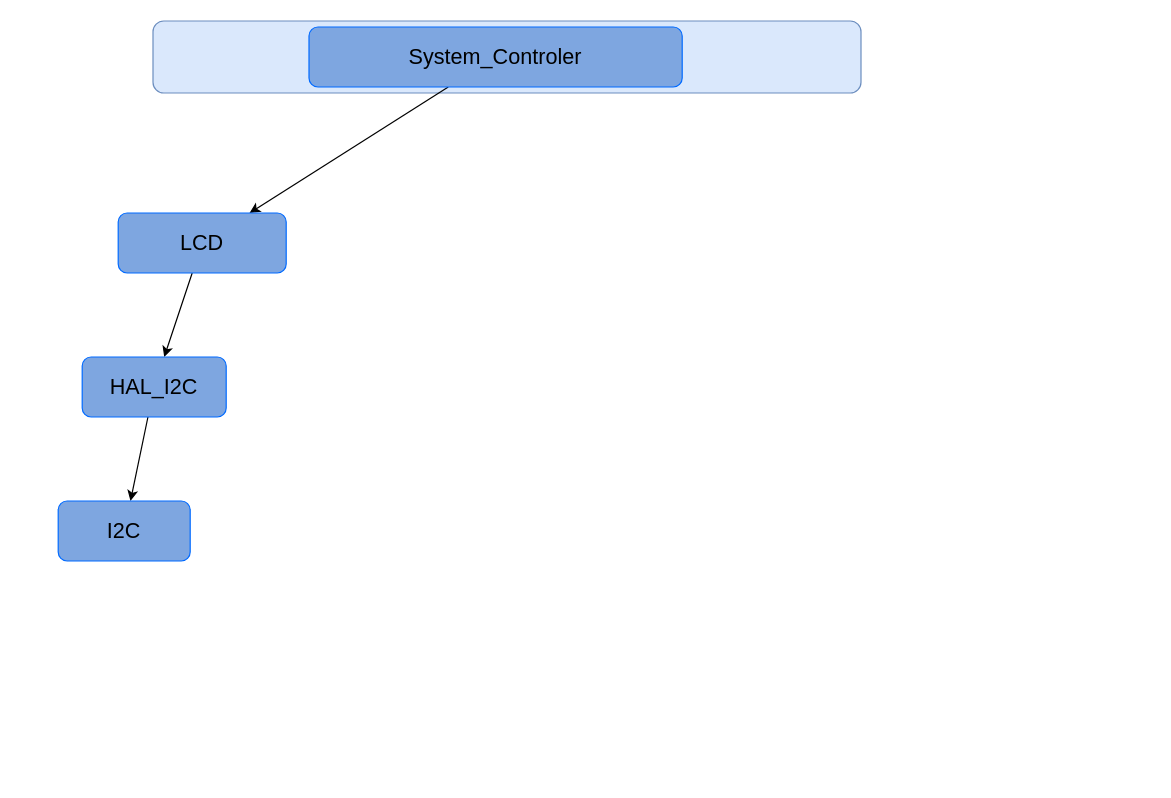
This is LayerDiagram.drawio from gabrielhaj/ES670-2023-A7, a draw.io file, before an edit. Source tidied: cells renumbered, new cells numbered last; positions are measured from the earlier drawing's top-left corner, leaving out a move shared by most shapes. Both pictures are drawn from the tidied source at 120%, with x=0, y=0 at pixel (58, 20).
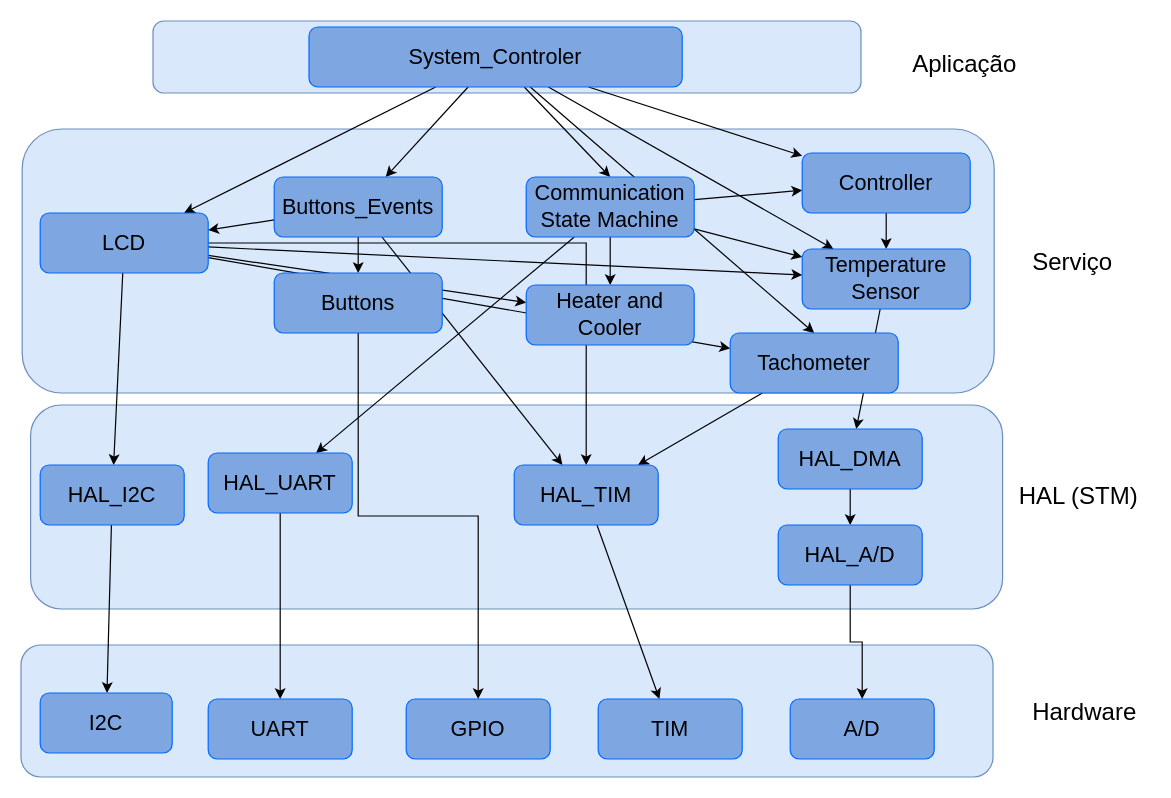
The same diagram, later.

Unchanged cells that the change refers to:
```xml
<mxCell id="4" value="&lt;font style=&quot;font-size: 18px;&quot;&gt;System_Controler&lt;/font&gt;" style="rounded=1;whiteSpace=wrap;html=1;fillColor=#7EA6E0;strokeColor=#006aff;fillStyle=solid;" parent="1" vertex="1">
  <mxGeometry x="209" y="5" width="311" height="50" as="geometry" />
</mxCell>
```

Diff of the diagram source:
```diff
@@
+    <mxCell id="10" style="rounded=1;whiteSpace=wrap;html=1;fillColor=#dae8fc;strokeColor=#6c8ebf;" parent="1" vertex="1">
+      <mxGeometry x="-31" y="520" width="810" height="110" as="geometry" />
+    </mxCell>
+    <mxCell id="11" style="rounded=1;whiteSpace=wrap;html=1;fillColor=#dae8fc;strokeColor=#6c8ebf;" parent="1" vertex="1">
+      <mxGeometry x="-23" y="320" width="810" height="170" as="geometry" />
+    </mxCell>
+    <mxCell id="12" style="rounded=1;whiteSpace=wrap;html=1;fillColor=#dae8fc;strokeColor=#6c8ebf;" parent="1" vertex="1">
+      <mxGeometry x="-30" y="90" width="810" height="220" as="geometry" />
+    </mxCell>
@@
+    <mxCell id="13" style="rounded=0;jettySize=auto;html=1;" parent="1" edge="1" source="4" target="25">
+      <mxGeometry relative="1" as="geometry" />
+    </mxCell>
+    <mxCell id="14" style="rounded=0;jettySize=auto;html=1;entryX=0.5;entryY=0;entryDx=0;entryDy=0;" parent="1" edge="1" source="4" target="33">
+      <mxGeometry relative="1" as="geometry" />
+    </mxCell>
+    <mxCell id="15" style="rounded=0;jettySize=auto;html=1;" parent="1" edge="1" source="4" target="35">
+      <mxGeometry relative="1" as="geometry" />
+    </mxCell>
+    <mxCell id="16" style="rounded=0;jettySize=auto;html=1;" parent="1" edge="1" source="4" target="38">
+      <mxGeometry relative="1" as="geometry" />
+    </mxCell>
+    <mxCell id="17" style="rounded=0;jettySize=auto;html=1;entryX=0.5;entryY=0;entryDx=0;entryDy=0;" parent="1" edge="1" source="4" target="40">
+      <mxGeometry relative="1" as="geometry" />
+    </mxCell>
@@
+    <mxCell id="18" style="rounded=0;jettySize=auto;html=1;" parent="1" edge="1" source="6" target="36">
+      <mxGeometry relative="1" as="geometry" />
+    </mxCell>
+    <mxCell id="19" style="rounded=0;jettySize=auto;html=1;" parent="1" edge="1" source="6" target="38">
+      <mxGeometry relative="1" as="geometry" />
+    </mxCell>
+    <mxCell id="20" style="rounded=0;jettySize=auto;html=1;" parent="1" edge="1" source="6" target="40">
+      <mxGeometry relative="1" as="geometry" />
+    </mxCell>
+    <mxCell id="21" style="edgeStyle=orthogonalEdgeStyle;rounded=0;jettySize=auto;html=1;" parent="1" edge="1" source="6" target="42">
+      <mxGeometry relative="1" as="geometry" />
+    </mxCell>
     <mxCell id="6" value="&lt;font style=&quot;font-size: 18px;&quot;&gt;LCD&lt;/font&gt;" style="rounded=1;whiteSpace=wrap;html=1;fillColor=#7EA6E0;strokeColor=#006aff;fillStyle=solid;" parent="1" vertex="1">
-      <mxGeometry x="50" y="160" width="140" height="50" as="geometry" />
+      <mxGeometry x="-15" y="160" width="140" height="50" as="geometry" />
     </mxCell>
@@
     <mxCell id="8" value="&lt;font style=&quot;font-size: 18px;&quot;&gt;HAL_I2C&lt;/font&gt;" style="rounded=1;whiteSpace=wrap;html=1;fillColor=#7EA6E0;strokeColor=#006aff;fillStyle=solid;" parent="1" vertex="1">
-      <mxGeometry x="20" y="280" width="120" height="50" as="geometry" />
+      <mxGeometry x="-15" y="370" width="120" height="50" as="geometry" />
     </mxCell>
     <mxCell id="9" value="&lt;font style=&quot;font-size: 18px;&quot;&gt;I2C&lt;/font&gt;" style="rounded=1;whiteSpace=wrap;html=1;fillColor=#7EA6E0;strokeColor=#006aff;fillStyle=solid;" parent="1" vertex="1">
-      <mxGeometry y="400" width="110" height="50" as="geometry" />
+      <mxGeometry x="-15" y="560" width="110" height="50" as="geometry" />
     </mxCell>
+    <mxCell id="22" style="rounded=0;jettySize=auto;html=1;" parent="1" edge="1" source="25" target="6">
+      <mxGeometry relative="1" as="geometry" />
+    </mxCell>
+    <mxCell id="23" style="edgeStyle=orthogonalEdgeStyle;rounded=0;jettySize=auto;html=1;" parent="1" edge="1" source="25" target="27">
+      <mxGeometry relative="1" as="geometry" />
+    </mxCell>
+    <mxCell id="24" style="rounded=0;jettySize=auto;html=1;" parent="1" edge="1" source="25" target="42">
+      <mxGeometry relative="1" as="geometry" />
+    </mxCell>
+    <mxCell id="25" value="&lt;font style=&quot;font-size: 18px;&quot;&gt;Buttons_Events&lt;/font&gt;" style="rounded=1;whiteSpace=wrap;html=1;fillColor=#7EA6E0;strokeColor=#006aff;fillStyle=solid;" parent="1" vertex="1">
+      <mxGeometry x="180" y="130" width="140" height="50" as="geometry" />
+    </mxCell>
+    <mxCell id="26" style="edgeStyle=orthogonalEdgeStyle;rounded=0;jettySize=auto;html=1;" parent="1" edge="1" source="27" target="28">
+      <mxGeometry relative="1" as="geometry" />
+    </mxCell>
+    <mxCell id="27" value="&lt;font style=&quot;font-size: 18px;&quot;&gt;Buttons&lt;/font&gt;" style="rounded=1;whiteSpace=wrap;html=1;fillColor=#7EA6E0;strokeColor=#006aff;fillStyle=solid;" parent="1" vertex="1">
+      <mxGeometry x="180" y="210" width="140" height="50" as="geometry" />
+    </mxCell>
+    <mxCell id="28" value="&lt;font style=&quot;font-size: 18px;&quot;&gt;GPIO&lt;/font&gt;" style="rounded=1;whiteSpace=wrap;html=1;fillColor=#7EA6E0;strokeColor=#006aff;fillStyle=solid;" parent="1" vertex="1">
+      <mxGeometry x="290" y="565" width="120" height="50" as="geometry" />
+    </mxCell>
+    <mxCell id="29" style="rounded=0;jettySize=auto;html=1;" parent="1" edge="1" source="33" target="35">
+      <mxGeometry relative="1" as="geometry" />
+    </mxCell>
+    <mxCell id="30" style="rounded=0;jettySize=auto;html=1;" parent="1" edge="1" source="33" target="36">
+      <mxGeometry relative="1" as="geometry" />
+    </mxCell>
+    <mxCell id="31" style="rounded=0;jettySize=auto;html=1;" parent="1" edge="1" source="33" target="38">
+      <mxGeometry relative="1" as="geometry" />
+    </mxCell>
+    <mxCell id="32" style="rounded=0;jettySize=auto;html=1;" parent="1" edge="1" source="33" target="48">
+      <mxGeometry relative="1" as="geometry" />
+    </mxCell>
+    <mxCell id="33" value="&lt;font style=&quot;font-size: 18px;&quot;&gt;Communication State Machine&lt;/font&gt;" style="rounded=1;whiteSpace=wrap;html=1;fillColor=#7EA6E0;strokeColor=#006aff;fillStyle=solid;" parent="1" vertex="1">
+      <mxGeometry x="390" y="130" width="140" height="50" as="geometry" />
+    </mxCell>
+    <mxCell id="34" style="edgeStyle=orthogonalEdgeStyle;rounded=0;jettySize=auto;html=1;" parent="1" edge="1" source="35" target="38">
+      <mxGeometry relative="1" as="geometry" />
+    </mxCell>
+    <mxCell id="35" value="&lt;span style=&quot;font-size: 18px;&quot;&gt;Controller&lt;/span&gt;" style="rounded=1;whiteSpace=wrap;html=1;fillColor=#7EA6E0;strokeColor=#006aff;fillStyle=solid;" parent="1" vertex="1">
+      <mxGeometry x="620" y="110" width="140" height="50" as="geometry" />
+    </mxCell>
+    <mxCell id="36" value="&lt;span style=&quot;font-size: 18px;&quot;&gt;Heater and Cooler&lt;/span&gt;" style="rounded=1;whiteSpace=wrap;html=1;fillColor=#7EA6E0;strokeColor=#006aff;fillStyle=solid;" parent="1" vertex="1">
+      <mxGeometry x="390" y="220" width="140" height="50" as="geometry" />
+    </mxCell>
+    <mxCell id="37" style="rounded=0;jettySize=auto;html=1;" parent="1" edge="1" source="38" target="46">
+      <mxGeometry relative="1" as="geometry" />
+    </mxCell>
+    <mxCell id="38" value="&lt;span style=&quot;font-size: 18px;&quot;&gt;Temperature Sensor&lt;/span&gt;" style="rounded=1;whiteSpace=wrap;html=1;fillColor=#7EA6E0;strokeColor=#006aff;fillStyle=solid;" parent="1" vertex="1">
+      <mxGeometry x="620" y="190" width="140" height="50" as="geometry" />
+    </mxCell>
+    <mxCell id="39" style="rounded=0;jettySize=auto;html=1;" parent="1" edge="1" source="40" target="42">
+      <mxGeometry relative="1" as="geometry" />
+    </mxCell>
+    <mxCell id="40" value="&lt;span style=&quot;font-size: 18px;&quot;&gt;Tachometer&lt;/span&gt;" style="rounded=1;whiteSpace=wrap;html=1;fillColor=#7EA6E0;strokeColor=#006aff;fillStyle=solid;" parent="1" vertex="1">
+      <mxGeometry x="560" y="260" width="140" height="50" as="geometry" />
+    </mxCell>
+    <mxCell id="41" style="rounded=0;jettySize=auto;html=1;" parent="1" edge="1" source="42" target="43">
+      <mxGeometry relative="1" as="geometry" />
+    </mxCell>
+    <mxCell id="42" value="&lt;font style=&quot;font-size: 18px;&quot;&gt;HAL_TIM&lt;/font&gt;" style="rounded=1;whiteSpace=wrap;html=1;fillColor=#7EA6E0;strokeColor=#006aff;fillStyle=solid;" parent="1" vertex="1">
+      <mxGeometry x="380" y="370" width="120" height="50" as="geometry" />
+    </mxCell>
+    <mxCell id="43" value="&lt;font style=&quot;font-size: 18px;&quot;&gt;TIM&lt;/font&gt;" style="rounded=1;whiteSpace=wrap;html=1;fillColor=#7EA6E0;strokeColor=#006aff;fillStyle=solid;" parent="1" vertex="1">
+      <mxGeometry x="450" y="565" width="120" height="50" as="geometry" />
+    </mxCell>
+    <mxCell id="44" style="edgeStyle=orthogonalEdgeStyle;rounded=0;jettySize=auto;html=1;" parent="1" edge="1" target="46">
+      <mxGeometry relative="1" as="geometry">
+        <mxPoint x="660" y="390" as="sourcePoint" />
+      </mxGeometry>
+    </mxCell>
+    <mxCell id="45" style="edgeStyle=orthogonalEdgeStyle;rounded=0;jettySize=auto;html=1;" parent="1" edge="1" source="46" target="50">
+      <mxGeometry relative="1" as="geometry" />
+    </mxCell>
+    <mxCell id="46" value="&lt;font style=&quot;font-size: 18px;&quot;&gt;HAL_DMA&lt;/font&gt;" style="rounded=1;whiteSpace=wrap;html=1;fillColor=#7EA6E0;strokeColor=#006aff;fillStyle=solid;" parent="1" vertex="1">
+      <mxGeometry x="600" y="340" width="120" height="50" as="geometry" />
+    </mxCell>
+    <mxCell id="47" style="edgeStyle=orthogonalEdgeStyle;rounded=0;jettySize=auto;html=1;" parent="1" edge="1" source="48" target="52">
+      <mxGeometry relative="1" as="geometry" />
+    </mxCell>
+    <mxCell id="48" value="&lt;span style=&quot;font-size: 18px;&quot;&gt;HAL_UART&lt;/span&gt;" style="rounded=1;whiteSpace=wrap;html=1;fillColor=#7EA6E0;strokeColor=#006aff;fillStyle=solid;" parent="1" vertex="1">
+      <mxGeometry x="125" y="360" width="120" height="50" as="geometry" />
+    </mxCell>
+    <mxCell id="49" style="edgeStyle=orthogonalEdgeStyle;rounded=0;jettySize=auto;html=1;" parent="1" edge="1" source="50" target="51">
+      <mxGeometry relative="1" as="geometry" />
+    </mxCell>
+    <mxCell id="50" value="&lt;font style=&quot;font-size: 18px;&quot;&gt;HAL_A/D&lt;/font&gt;" style="rounded=1;whiteSpace=wrap;html=1;fillColor=#7EA6E0;strokeColor=#006aff;fillStyle=solid;" parent="1" vertex="1">
+      <mxGeometry x="600" y="420" width="120" height="50" as="geometry" />
+    </mxCell>
+    <mxCell id="51" value="&lt;font style=&quot;font-size: 18px;&quot;&gt;A/D&lt;/font&gt;" style="rounded=1;whiteSpace=wrap;html=1;fillColor=#7EA6E0;strokeColor=#006aff;fillStyle=solid;" parent="1" vertex="1">
+      <mxGeometry x="610" y="565" width="120" height="50" as="geometry" />
+    </mxCell>
+    <mxCell id="52" value="&lt;font style=&quot;font-size: 18px;&quot;&gt;UART&lt;/font&gt;" style="rounded=1;whiteSpace=wrap;html=1;fillColor=#7EA6E0;strokeColor=#006aff;fillStyle=solid;" parent="1" vertex="1">
+      <mxGeometry x="125" y="565" width="120" height="50" as="geometry" />
+    </mxCell>
+    <mxCell id="53" value="&lt;font style=&quot;font-size: 20px;&quot;&gt;Serviço&lt;/font&gt;" style="text;html=1;align=center;verticalAlign=middle;strokeColor=none;fillColor=none;" parent="1" vertex="1">
+      <mxGeometry x="800" y="180" width="90" height="40" as="geometry" />
+    </mxCell>
+    <mxCell id="54" value="&lt;font style=&quot;font-size: 20px;&quot;&gt;Aplicação&lt;/font&gt;" style="text;html=1;align=center;verticalAlign=middle;strokeColor=none;fillColor=none;" parent="1" vertex="1">
+      <mxGeometry x="700" y="15" width="110" height="40" as="geometry" />
+    </mxCell>
+    <mxCell id="55" value="&lt;font style=&quot;font-size: 20px;&quot;&gt;HAL (STM)&lt;/font&gt;" style="text;html=1;align=center;verticalAlign=middle;strokeColor=none;fillColor=none;" parent="1" vertex="1">
+      <mxGeometry x="790" y="375" width="120" height="40" as="geometry" />
+    </mxCell>
+    <mxCell id="56" value="&lt;font style=&quot;font-size: 20px;&quot;&gt;Hardware&lt;/font&gt;" style="text;html=1;align=center;verticalAlign=middle;strokeColor=none;fillColor=none;" parent="1" vertex="1">
+      <mxGeometry x="800" y="555" width="110" height="40" as="geometry" />
+    </mxCell>
```
